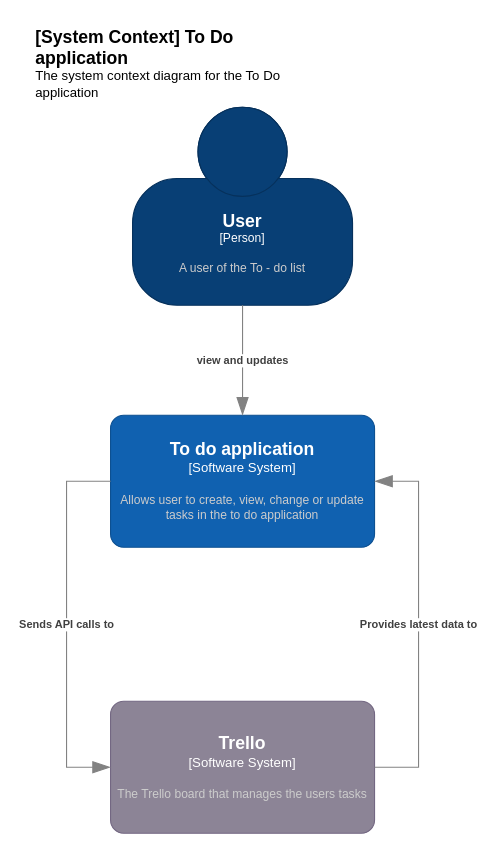
Above: page "Context Diagram" (1 of 2) of context_diagram.drawio in shaylipatel/DevOps-Course-Starter (draw.io), before the change. Source tidied: cells renumbered, new cells numbered last; positions are measured from the earlier drawing's top-left corner, leaving out a move shared by most shapes. Both pictures are drawn from the tidied source at 110%, with x=0, y=0 at pixel (33, 19).
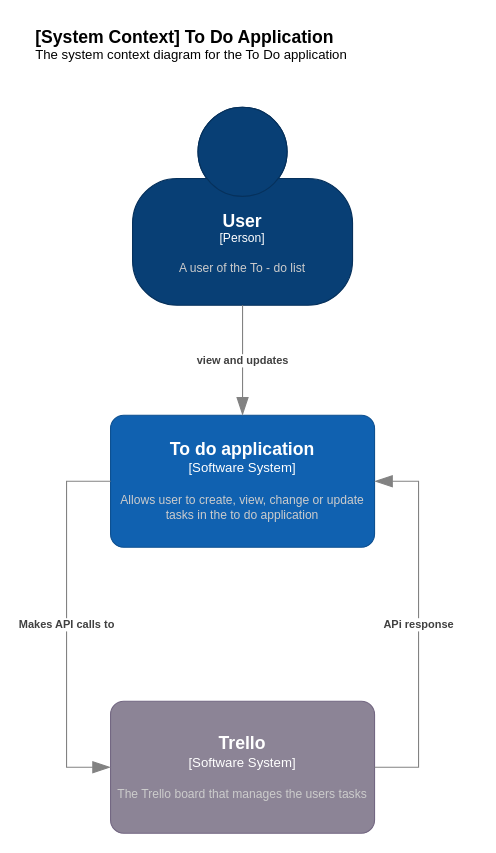
Above is the later version.

Commit message:
Update container diagram

What changed in the source:
```diff
@@
 <mxGraphModel>
   <root>
     <mxCell id="0" />
     <mxCell id="1" parent="0" />
     <object id="2" label="&lt;font style=&quot;font-size: 16px&quot;&gt;&lt;b&gt;%c4Name%&lt;/b&gt;&lt;/font&gt;&lt;div&gt;[%c4Type%]&lt;/div&gt;&lt;br&gt;&lt;div&gt;&lt;font style=&quot;font-size: 11px&quot;&gt;&lt;font color=&quot;#cccccc&quot;&gt;%c4Description%&lt;/font&gt;&lt;/div&gt;" c4Description="A user of the To - do list " c4Name="User" c4Type="Person" placeholders="1">
       <mxCell style="html=1;fontSize=11;dashed=0;whiteSpace=wrap;fillColor=#083F75;strokeColor=#06315C;fontColor=#ffffff;shape=mxgraph.c4.person2;align=center;points=[[0.5,0,0],[1,0.5,0],[1,0.75,0],[0.75,1,0],[0.5,1,0],[0.25,1,0],[0,0.75,0],[0,0.5,0]];" parent="1" vertex="1">
         <mxGeometry x="90" y="80" width="200" height="180" as="geometry" />
       </mxCell>
     </object>
     <object id="3" label="&lt;font style=&quot;font-size: 16px&quot;&gt;&lt;b&gt;%c4Name%&lt;/b&gt;&lt;/font&gt;&lt;div&gt;[%c4Type%]&lt;/div&gt;&lt;br&gt;&lt;div&gt;&lt;font style=&quot;font-size: 11px&quot;&gt;&lt;font color=&quot;#cccccc&quot;&gt;%c4Description%&lt;/font&gt;&lt;/div&gt;" c4Description="Allows user to create, view, change or update tasks in the to do application" c4Name="To do application" c4Type="Software System" placeholders="1">
       <mxCell style="rounded=1;whiteSpace=wrap;html=1;labelBackgroundColor=none;fillColor=#1061B0;fontColor=#ffffff;align=center;arcSize=10;strokeColor=#0D5091;points=[[0.25,0,0],[0.5,0,0],[0.75,0,0],[1,0.25,0],[1,0.5,0],[1,0.75,0],[0.75,1,0],[0.5,1,0],[0.25,1,0],[0,0.75,0],[0,0.5,0],[0,0.25,0]];" parent="1" vertex="1">
         <mxGeometry x="70" y="360" width="240" height="120" as="geometry" />
       </mxCell>
     </object>
     <object id="4" label="&lt;div style=&quot;text-align: left&quot;&gt;&lt;div style=&quot;text-align: center&quot;&gt;&lt;b&gt;%c4Description%&lt;/b&gt;&lt;/div&gt;" c4Description="view and updates" placeholders="1">
       <mxCell style="endArrow=blockThin;html=1;fontSize=10;fontColor=#404040;strokeWidth=1;endFill=1;strokeColor=#828282;elbow=vertical;endSize=14;startSize=14;jumpStyle=arc;jumpSize=16;rounded=0;edgeStyle=orthogonalEdgeStyle;exitX=0.5;exitY=1;exitDx=0;exitDy=0;exitPerimeter=0;entryX=0.5;entryY=0;entryDx=0;entryDy=0;entryPerimeter=0;" parent="1" edge="1" source="2" target="3">
         <mxGeometry relative="1" as="geometry" />
       </mxCell>
     </object>
     <object id="5" label="&lt;font style=&quot;font-size: 16px&quot;&gt;&lt;b&gt;%c4Name%&lt;/b&gt;&lt;/font&gt;&lt;div&gt;[%c4Type%]&lt;/div&gt;&lt;br&gt;&lt;div&gt;&lt;font style=&quot;font-size: 11px&quot;&gt;&lt;font color=&quot;#cccccc&quot;&gt;%c4Description%&lt;/font&gt;&lt;/div&gt;" c4Description="The Trello board that manages the users tasks" c4Name="Trello" c4Type="Software System" placeholders="1">
       <mxCell style="rounded=1;whiteSpace=wrap;html=1;labelBackgroundColor=none;fillColor=#8C8496;fontColor=#ffffff;align=center;arcSize=10;strokeColor=#736782;points=[[0.25,0,0],[0.5,0,0],[0.75,0,0],[1,0.25,0],[1,0.5,0],[1,0.75,0],[0.75,1,0],[0.5,1,0],[0.25,1,0],[0,0.75,0],[0,0.5,0],[0,0.25,0]];" parent="1" vertex="1">
         <mxGeometry x="70" y="620" width="240" height="120" as="geometry" />
       </mxCell>
     </object>
-    <object id="6" label="&lt;div style=&quot;text-align: left&quot;&gt;&lt;div style=&quot;text-align: center&quot;&gt;&lt;b&gt;%c4Description%&lt;/b&gt;&lt;/div&gt;" c4Description="Sends API calls to" placeholders="1">
+    <object id="6" label="&lt;div style=&quot;text-align: left&quot;&gt;&lt;div style=&quot;text-align: center&quot;&gt;&lt;b&gt;%c4Description%&lt;/b&gt;&lt;/div&gt;" c4Description="Makes API calls to" placeholders="1">
       <mxCell style="endArrow=blockThin;html=1;fontSize=10;fontColor=#404040;strokeWidth=1;endFill=1;strokeColor=#828282;elbow=vertical;endSize=14;startSize=14;jumpStyle=arc;jumpSize=16;rounded=0;edgeStyle=orthogonalEdgeStyle;exitX=0;exitY=0.5;exitDx=0;exitDy=0;exitPerimeter=0;entryX=0;entryY=0.5;entryDx=0;entryDy=0;entryPerimeter=0;" parent="1" edge="1" source="3" target="5">
         <mxGeometry relative="1" as="geometry">
           <Array as="points">
             <mxPoint x="30" y="420" />
             <mxPoint x="30" y="680" />
           </Array>
         </mxGeometry>
       </mxCell>
     </object>
-    <object id="7" label="&lt;div style=&quot;text-align: left&quot;&gt;&lt;div style=&quot;text-align: center&quot;&gt;&lt;b&gt;%c4Description%&lt;/b&gt;&lt;/div&gt;" c4Description="Provides latest data to" placeholders="1">
+    <object id="7" label="&lt;div style=&quot;text-align: left&quot;&gt;&lt;div style=&quot;text-align: center&quot;&gt;&lt;b&gt;%c4Description%&lt;/b&gt;&lt;/div&gt;" c4Description="APi response" placeholders="1">
       <mxCell style="endArrow=blockThin;html=1;fontSize=10;fontColor=#404040;strokeWidth=1;endFill=1;strokeColor=#828282;elbow=vertical;endSize=14;startSize=14;jumpStyle=arc;jumpSize=16;rounded=0;edgeStyle=orthogonalEdgeStyle;exitX=1;exitY=0.5;exitDx=0;exitDy=0;exitPerimeter=0;entryX=1;entryY=0.5;entryDx=0;entryDy=0;entryPerimeter=0;" parent="1" edge="1" source="5" target="3">
         <mxGeometry relative="1" as="geometry">
           <Array as="points">
             <mxPoint x="350" y="680" />
             <mxPoint x="350" y="420" />
           </Array>
         </mxGeometry>
       </mxCell>
     </object>
-    <object id="8" label="&lt;font style=&quot;font-size: 16px&quot;&gt;&lt;b&gt;&lt;div style=&quot;text-align: left&quot;&gt;%c4Name%&lt;/div&gt;&lt;/b&gt;&lt;/font&gt;&lt;div style=&quot;text-align: left&quot;&gt;%c4Description%&lt;/div&gt;" c4Description="The system context diagram for the To Do application" c4Name="[System Context] To Do application" placeholders="1">
+    <object id="8" label="&lt;font style=&quot;font-size: 16px&quot;&gt;&lt;b&gt;&lt;div style=&quot;text-align: left&quot;&gt;%c4Name%&lt;/div&gt;&lt;/b&gt;&lt;/font&gt;&lt;div style=&quot;text-align: left&quot;&gt;%c4Description%&lt;/div&gt;" c4Description="The system context diagram for the To Do application" c4Name="[System Context] To Do Application" placeholders="1">
       <mxCell style="text;html=1;strokeColor=none;fillColor=none;align=left;verticalAlign=top;whiteSpace=wrap;rounded=0;" parent="1" vertex="1">
-        <mxGeometry width="260" height="40" as="geometry" />
+        <mxGeometry width="370" height="40" as="geometry" />
       </mxCell>
     </object>
   </root>
 </mxGraphModel>
```
